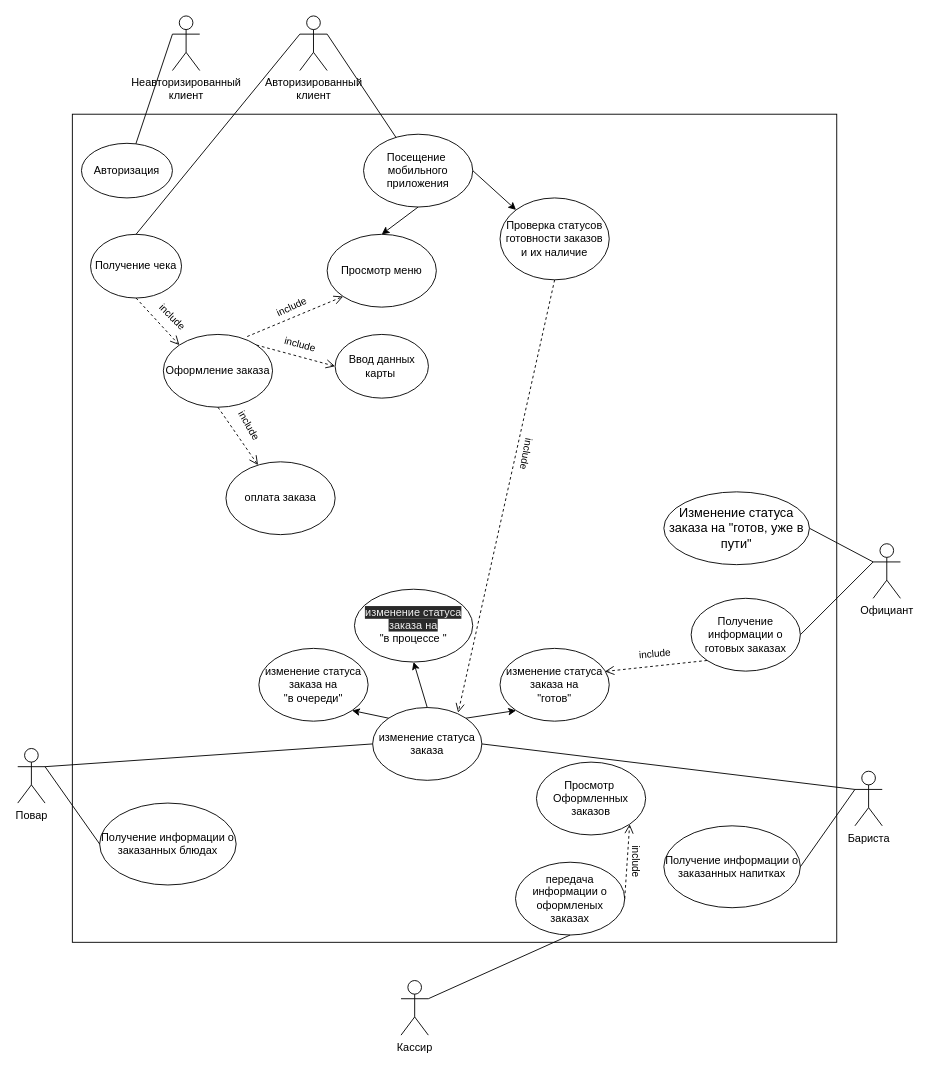
Before: кофейняUseCase.drawio in o0David0o/usecase0501, a draw.io diagram. Source tidied: cells renumbered, new cells numbered last; positions are measured from the earlier drawing's top-left corner, leaving out a move shared by most shapes. Both pictures are drawn from the tidied source at 91%, with x=0, y=0 at pixel (17, 15).
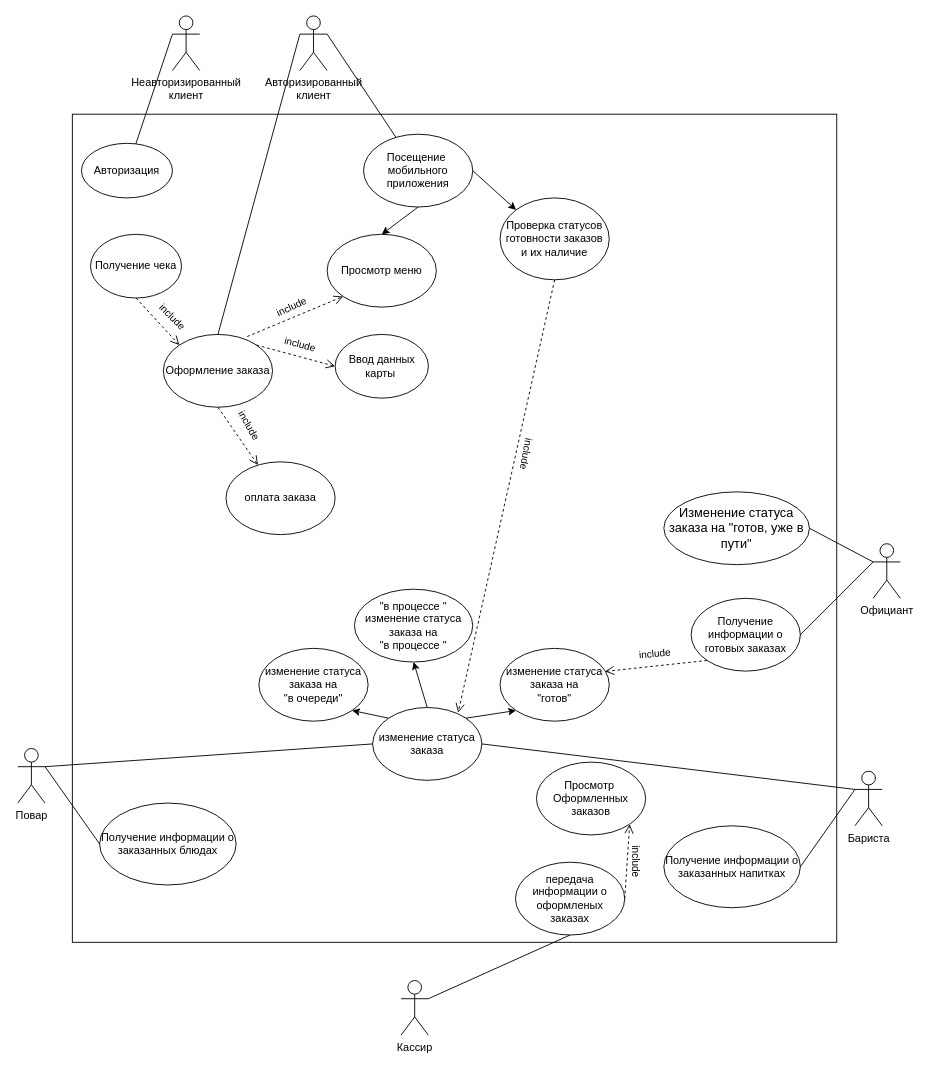
The same diagram, later.

The change refers to these unchanged cells:
```xml
<mxCell id="3" value="Авторизированный&lt;br&gt;клиент" style="shape=umlActor;verticalLabelPosition=bottom;verticalAlign=top;html=1;outlineConnect=0;" parent="1" vertex="1">
  <mxGeometry x="310" width="30" height="60" as="geometry" />
</mxCell>
<mxCell id="11" value="Оформление заказа" style="ellipse;whiteSpace=wrap;html=1;" parent="1" vertex="1">
  <mxGeometry x="160" y="350" width="120" height="80" as="geometry" />
</mxCell>
<mxCell id="19" value="Получение чека" style="ellipse;whiteSpace=wrap;html=1;" parent="1" vertex="1">
  <mxGeometry x="80" y="240" width="100" height="70" as="geometry" />
</mxCell>
```

Diff of the diagram source:
```diff
@@
-    <mxCell id="22" style="endArrow=none;html=1;rounded=0;entryX=0;entryY=0.3333333333333333;entryDx=0;entryDy=0;entryPerimeter=0;exitX=0.5;exitY=0;exitDx=0;exitDy=0;" parent="1" edge="1" source="19" target="3">
+    <mxCell id="22" style="endArrow=none;html=1;rounded=0;entryX=0;entryY=0.3333333333333333;entryDx=0;entryDy=0;entryPerimeter=0;exitX=0.5;exitY=0;exitDx=0;exitDy=0;" parent="1" edge="1" source="11" target="3">
       <mxGeometry relative="1" as="geometry" />
     </mxCell>
@@
-    <mxCell id="42" value="&lt;span style=&quot;color: rgb(240, 240, 240); font-family: Helvetica; font-size: 12px; font-style: normal; font-variant-ligatures: normal; font-variant-caps: normal; font-weight: 400; letter-spacing: normal; orphans: 2; text-align: center; text-indent: 0px; text-transform: none; widows: 2; word-spacing: 0px; -webkit-text-stroke-width: 0px; background-color: rgb(42, 42, 42); text-decoration-thickness: initial; text-decoration-style: initial; text-decoration-color: initial; float: none; display: inline !important;&quot;&gt;изменение статуса заказа на&lt;br&gt;&lt;/span&gt;&quot;в процессе &quot;" style="ellipse;whiteSpace=wrap;html=1;" parent="1" vertex="1">
+    <mxCell id="42" value="&quot;в процессе &quot; изменение статуса заказа на&lt;br&gt;&quot;в процессе &quot;" style="ellipse;whiteSpace=wrap;html=1;" parent="1" vertex="1">
       <mxGeometry x="370" y="630" width="130" height="80" as="geometry" />
     </mxCell>
```
